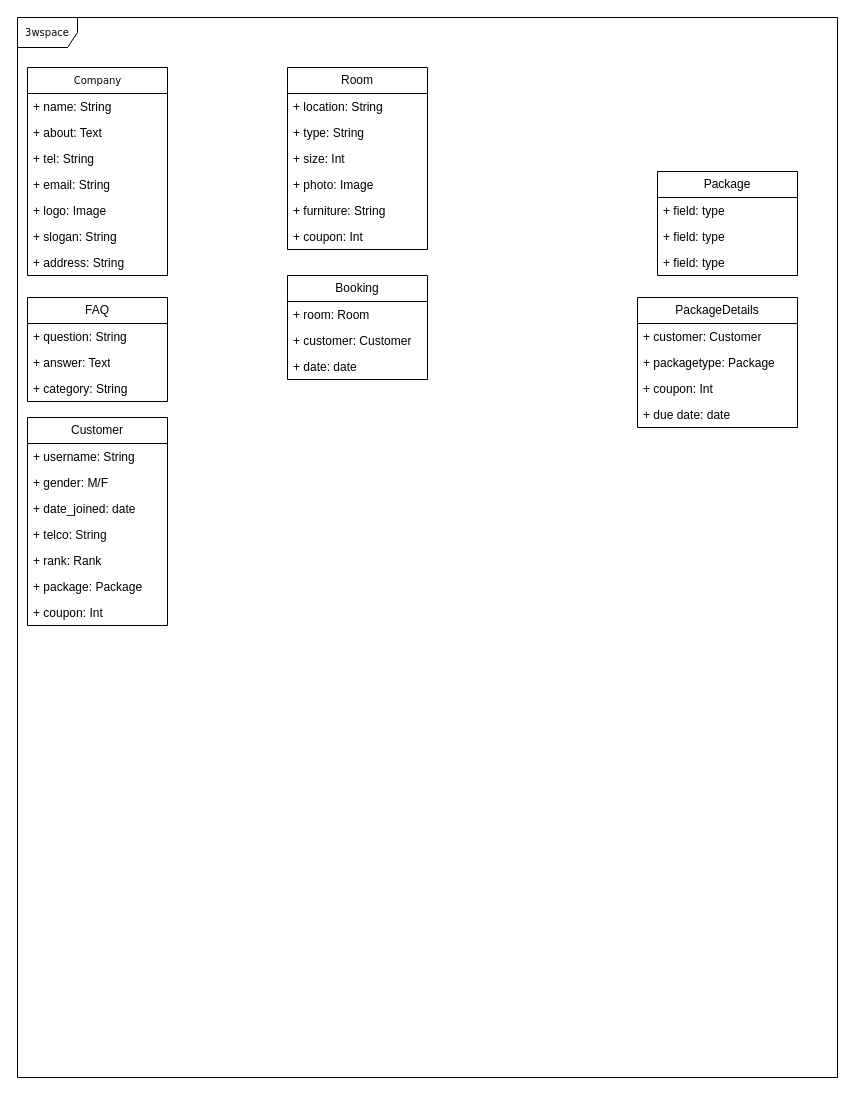
Above: w3space.drawio in canytam/DjangoProject (draw.io), before the change. Source tidied: cells renumbered, new cells numbered last; positions are measured from the earlier drawing's top-left corner, leaving out a move shared by most shapes. Both pictures are drawn from the tidied source at 100%, with x=0, y=0 at pixel (17, 17).
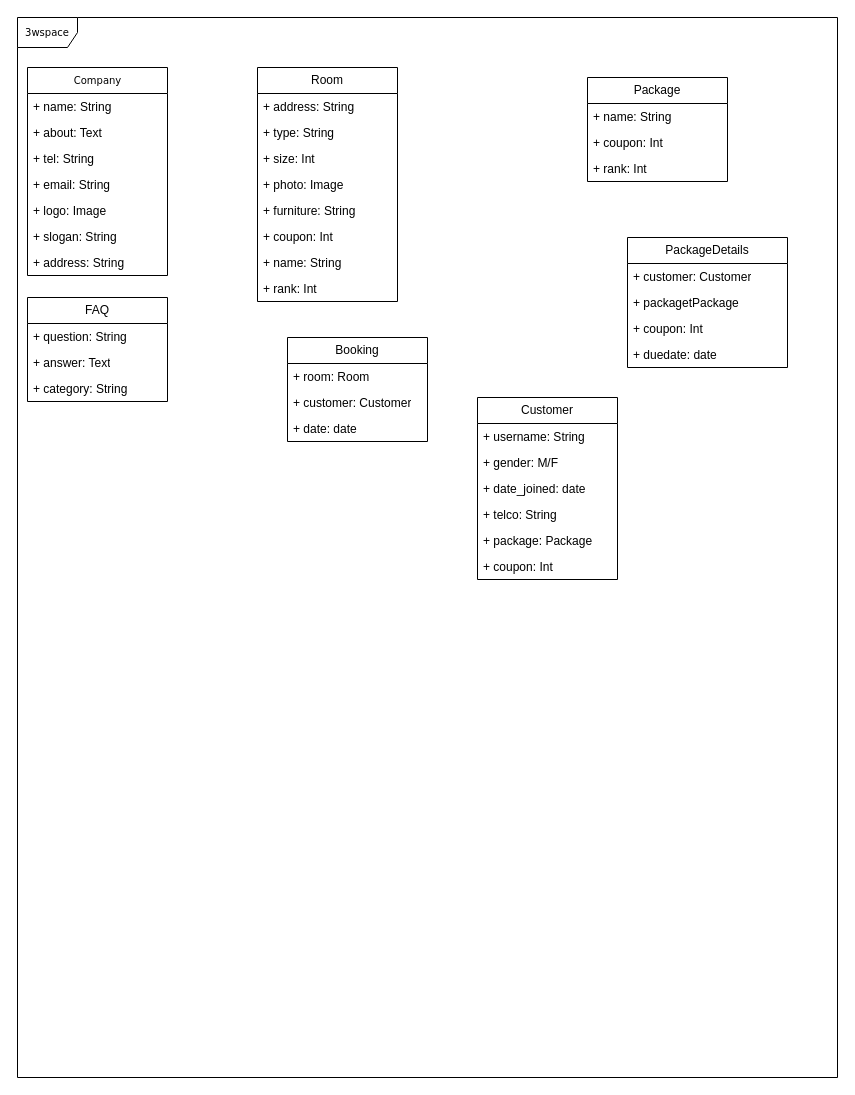
The same diagram, later.

The edit, as a diff of the source:
```diff
@@
     <mxCell id="15" value="Customer" style="swimlane;fontStyle=0;horizontal=1;startSize=26;fillColor=none;whiteSpace=wrap;html=1;" parent="1" vertex="1">
-      <mxGeometry x="10" y="400" width="140" height="208" as="geometry" />
+      <mxGeometry x="460" y="380" width="140" height="182" as="geometry" />
     </mxCell>
@@
-    <mxCell id="20" value="+ rank: Rank" style="text;strokeColor=none;fillColor=none;align=left;verticalAlign=top;spacingLeft=4;spacingRight=4;overflow=hidden;whiteSpace=wrap;html=1;" parent="15" vertex="1">
-      <mxGeometry y="130" width="140" height="26" as="geometry" />
-    </mxCell>
     <mxCell id="21" value="+ package: Package" style="text;strokeColor=none;fillColor=none;align=left;verticalAlign=top;spacingLeft=4;spacingRight=4;overflow=hidden;whiteSpace=wrap;html=1;" parent="15" vertex="1">
-      <mxGeometry y="156" width="140" height="26" as="geometry" />
+      <mxGeometry y="130" width="140" height="26" as="geometry" />
     </mxCell>
     <mxCell id="22" value="+ coupon: Int" style="text;strokeColor=none;fillColor=none;align=left;verticalAlign=top;spacingLeft=4;spacingRight=4;overflow=hidden;whiteSpace=wrap;html=1;" parent="15" vertex="1">
-      <mxGeometry y="182" width="140" height="26" as="geometry" />
+      <mxGeometry y="156" width="140" height="26" as="geometry" />
     </mxCell>
     <mxCell id="23" value="Package" style="swimlane;fontStyle=0;horizontal=1;startSize=26;fillColor=none;whiteSpace=wrap;html=1;" parent="1" vertex="1">
-      <mxGeometry x="640" y="154" width="140" height="104" as="geometry" />
+      <mxGeometry x="570" y="60" width="140" height="104" as="geometry" />
     </mxCell>
-    <mxCell id="24" value="+ field: type" style="text;strokeColor=none;fillColor=none;align=left;verticalAlign=top;spacingLeft=4;spacingRight=4;overflow=hidden;whiteSpace=wrap;html=1;" parent="23" vertex="1">
+    <mxCell id="24" value="+ name: String" style="text;strokeColor=none;fillColor=none;align=left;verticalAlign=top;spacingLeft=4;spacingRight=4;overflow=hidden;whiteSpace=wrap;html=1;" parent="23" vertex="1">
       <mxGeometry y="26" width="140" height="26" as="geometry" />
     </mxCell>
-    <mxCell id="25" value="+ field: type" style="text;strokeColor=none;fillColor=none;align=left;verticalAlign=top;spacingLeft=4;spacingRight=4;overflow=hidden;whiteSpace=wrap;html=1;" parent="23" vertex="1">
+    <mxCell id="25" value="+ coupon: Int" style="text;strokeColor=none;fillColor=none;align=left;verticalAlign=top;spacingLeft=4;spacingRight=4;overflow=hidden;whiteSpace=wrap;html=1;" parent="23" vertex="1">
       <mxGeometry y="52" width="140" height="26" as="geometry" />
     </mxCell>
-    <mxCell id="26" value="+ field: type" style="text;strokeColor=none;fillColor=none;align=left;verticalAlign=top;spacingLeft=4;spacingRight=4;overflow=hidden;whiteSpace=wrap;html=1;" parent="23" vertex="1">
+    <mxCell id="26" value="+ rank: Int" style="text;strokeColor=none;fillColor=none;align=left;verticalAlign=top;spacingLeft=4;spacingRight=4;overflow=hidden;whiteSpace=wrap;html=1;" parent="23" vertex="1">
       <mxGeometry y="78" width="140" height="26" as="geometry" />
     </mxCell>
     <mxCell id="27" value="Booking" style="swimlane;fontStyle=0;horizontal=1;startSize=26;fillColor=none;whiteSpace=wrap;html=1;fillOpacity=100;" parent="1" vertex="1">
-      <mxGeometry x="270" y="258" width="140" height="104" as="geometry" />
+      <mxGeometry x="270" y="320" width="140" height="104" as="geometry" />
     </mxCell>
@@
     <mxCell id="31" value="Room" style="swimlane;fontStyle=0;horizontal=1;startSize=26;fillColor=none;whiteSpace=wrap;html=1;" parent="1" vertex="1">
-      <mxGeometry x="270" y="50" width="140" height="182" as="geometry" />
+      <mxGeometry x="240" y="50" width="140" height="234" as="geometry" />
     </mxCell>
-    <mxCell id="32" value="+ location: String" style="text;strokeColor=none;fillColor=none;align=left;verticalAlign=top;spacingLeft=4;spacingRight=4;overflow=hidden;whiteSpace=wrap;html=1;" parent="31" vertex="1">
+    <mxCell id="32" value="+ address: String" style="text;strokeColor=none;fillColor=none;align=left;verticalAlign=top;spacingLeft=4;spacingRight=4;overflow=hidden;whiteSpace=wrap;html=1;" parent="31" vertex="1">
       <mxGeometry y="26" width="140" height="26" as="geometry" />
     </mxCell>
@@
+    <mxCell id="43" value="+ name: String" style="text;strokeColor=none;fillColor=none;align=left;verticalAlign=top;spacingLeft=4;spacingRight=4;overflow=hidden;whiteSpace=wrap;html=1;" parent="31" vertex="1">
+      <mxGeometry y="182" width="140" height="26" as="geometry" />
+    </mxCell>
+    <mxCell id="44" value="+ rank: Int" style="text;strokeColor=none;fillColor=none;align=left;verticalAlign=top;spacingLeft=4;spacingRight=4;overflow=hidden;whiteSpace=wrap;html=1;" parent="31" vertex="1">
+      <mxGeometry y="208" width="140" height="26" as="geometry" />
+    </mxCell>
     <mxCell id="38" value="PackageDetails" style="swimlane;fontStyle=0;horizontal=1;startSize=26;fillColor=none;whiteSpace=wrap;html=1;" parent="1" vertex="1">
-      <mxGeometry x="620" y="280" width="160" height="130" as="geometry" />
+      <mxGeometry x="610" y="220" width="160" height="130" as="geometry" />
     </mxCell>
@@
-    <mxCell id="40" value="+ packagetype: Package" style="text;strokeColor=none;fillColor=none;align=left;verticalAlign=top;spacingLeft=4;spacingRight=4;overflow=hidden;whiteSpace=wrap;html=1;" parent="38" vertex="1">
+    <mxCell id="40" value="+ packagetPackage" style="text;strokeColor=none;fillColor=none;align=left;verticalAlign=top;spacingLeft=4;spacingRight=4;overflow=hidden;whiteSpace=wrap;html=1;" parent="38" vertex="1">
       <mxGeometry y="52" width="160" height="26" as="geometry" />
     </mxCell>
@@
-    <mxCell id="42" value="+ due date: date" style="text;strokeColor=none;fillColor=none;align=left;verticalAlign=top;spacingLeft=4;spacingRight=4;overflow=hidden;whiteSpace=wrap;html=1;" parent="38" vertex="1">
+    <mxCell id="42" value="+ duedate: date" style="text;strokeColor=none;fillColor=none;align=left;verticalAlign=top;spacingLeft=4;spacingRight=4;overflow=hidden;whiteSpace=wrap;html=1;" parent="38" vertex="1">
       <mxGeometry y="104" width="160" height="26" as="geometry" />
     </mxCell>
```
